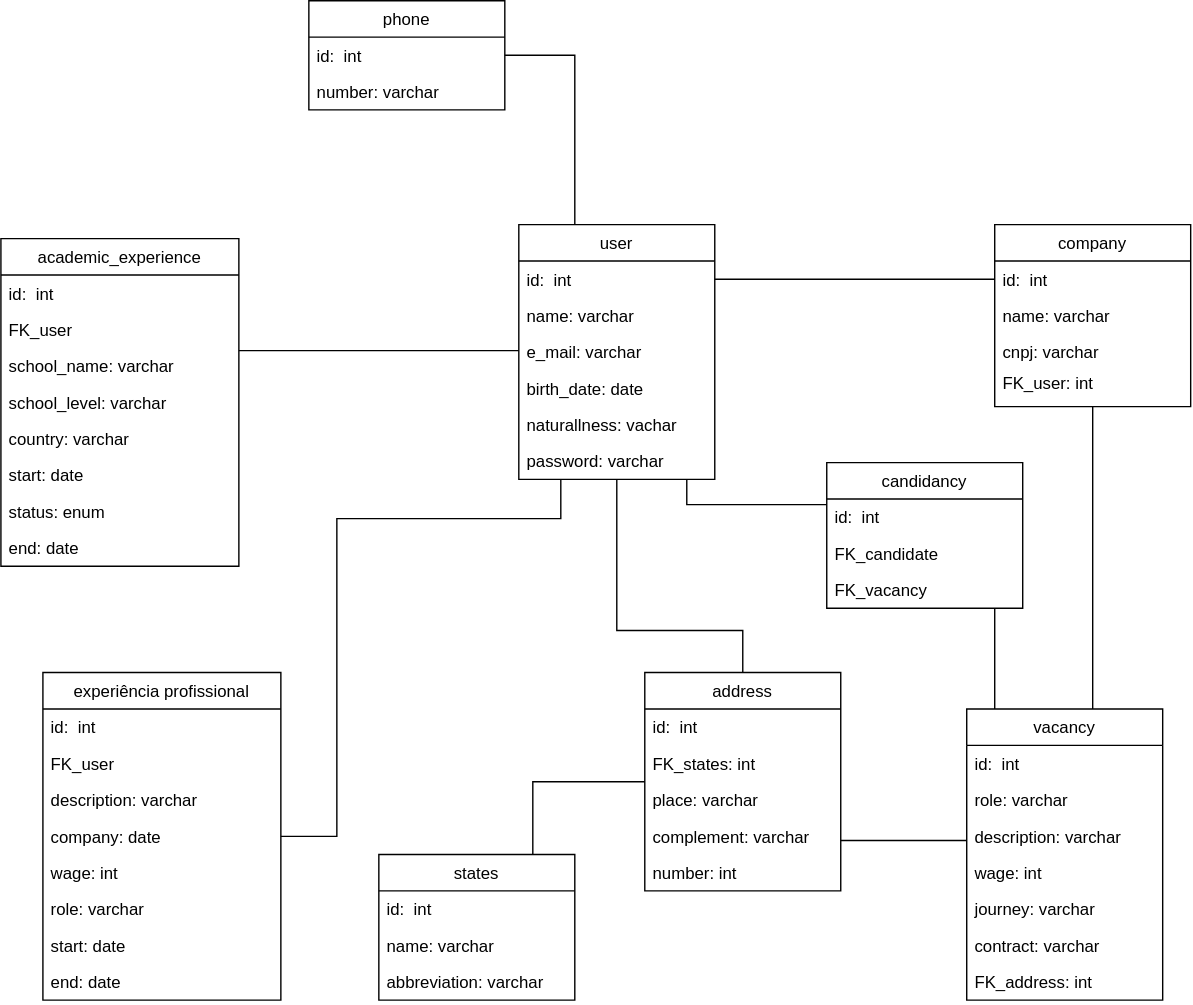
jonnathas/estudo keeps this draw.io diagram as vagas/diagramas/entidades.svg. Above is the earlier version. Source tidied: cells renumbered, new cells last; positions are measured from the earlier drawing's top-left corner, leaving out a move shared by most shapes.
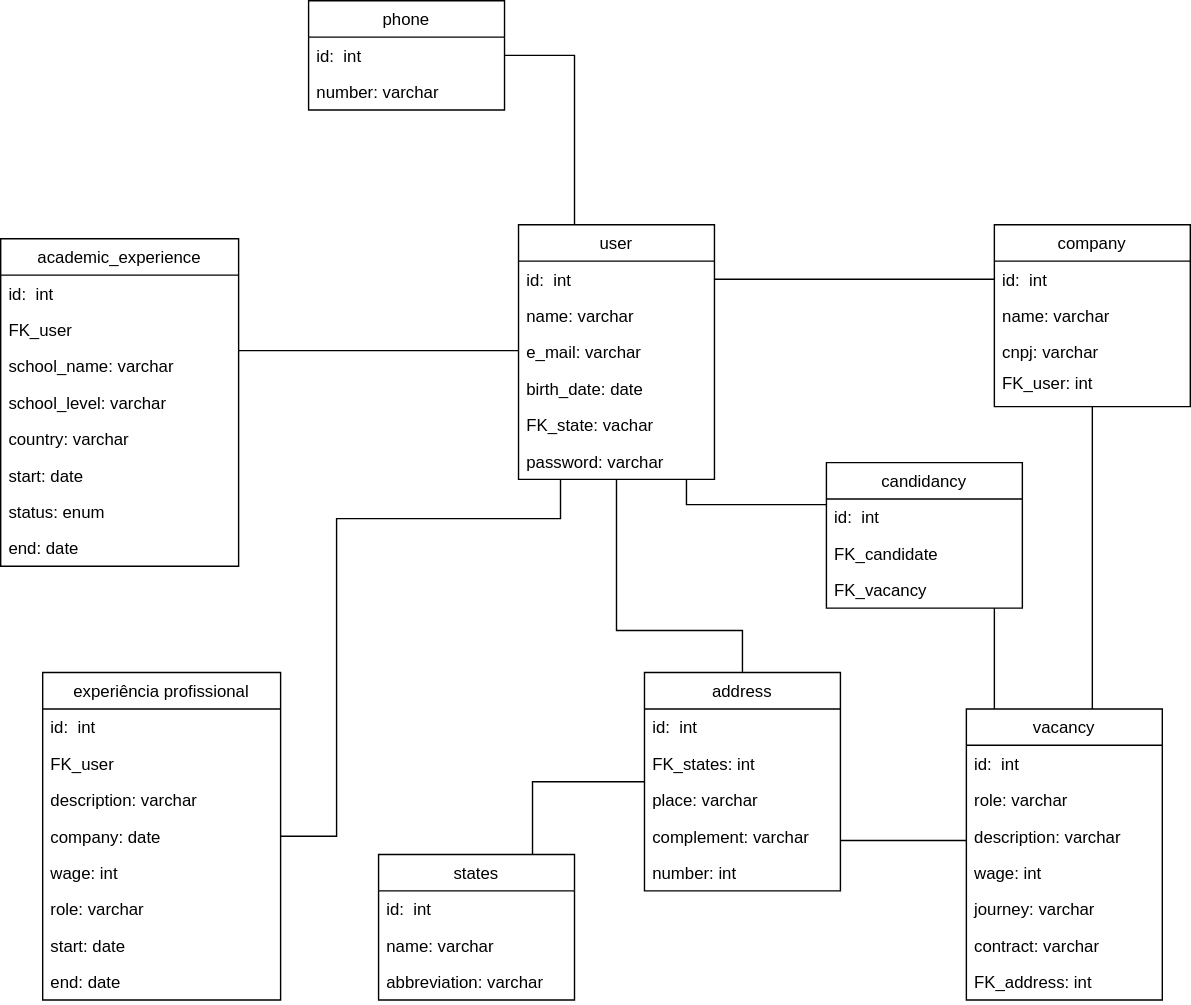
After the change.

Commit message:
Corrigindo erros

The edit, as a diff of the source:
```diff
@@ -32,7 +32,7 @@
     <mxCell id="8" value="birth_date: date" style="text;strokeColor=none;fillColor=none;align=left;verticalAlign=top;spacingLeft=4;spacingRight=4;overflow=hidden;" parent="4" vertex="1">
       <mxGeometry y="104" width="140" height="26" as="geometry" />
     </mxCell>
-    <mxCell id="9" value="naturallness: vachar" style="text;strokeColor=none;fillColor=none;align=left;verticalAlign=top;spacingLeft=4;spacingRight=4;overflow=hidden;" parent="4" vertex="1">
+    <mxCell id="9" value="FK_state: vachar" style="text;strokeColor=none;fillColor=none;align=left;verticalAlign=top;spacingLeft=4;spacingRight=4;overflow=hidden;" parent="4" vertex="1">
       <mxGeometry y="130" width="140" height="26" as="geometry" />
     </mxCell>
     <mxCell id="10" value="password: varchar" style="text;strokeColor=none;fillColor=none;align=left;verticalAlign=top;spacingLeft=4;spacingRight=4;overflow=hidden;" parent="4" vertex="1">
```
